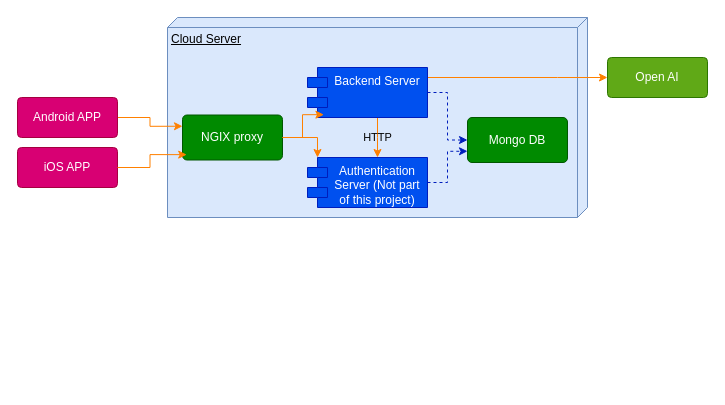
The draw.io diagram SystemDiagram.drawio in djochim/cs_se_project, before the edit. Source tidied: cells renumbered, new cells numbered last; positions are measured from the earlier drawing's top-left corner, leaving out a move shared by most shapes. Both pictures are drawn from the tidied source at 100%, with x=0, y=0 at pixel (17, 17).
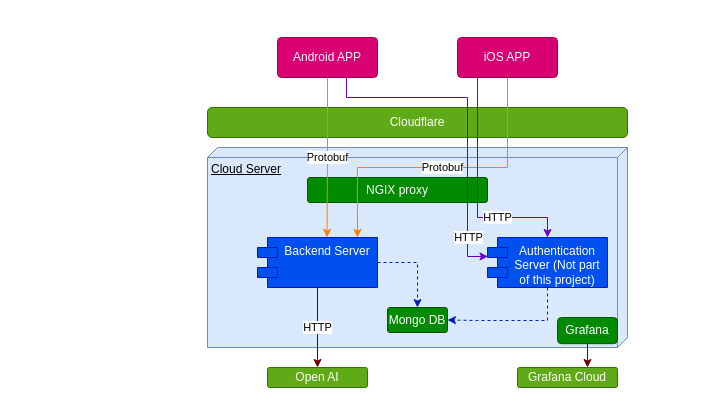
The same diagram, later.

Commit message (it also covers changes not shown here):
Update concept document

Diff of the diagram source:
```diff
@@
-    <mxCell id="2" value="Cloud Server" style="verticalAlign=top;align=left;spacingTop=8;spacingLeft=2;spacingRight=12;shape=cube;size=10;direction=south;fontStyle=4;html=1;whiteSpace=wrap;fillColor=#dae8fc;strokeColor=#6c8ebf;" parent="1" vertex="1">
-      <mxGeometry x="150" width="420" height="200" as="geometry" />
+    <mxCell id="2" value="Cloud Server" style="verticalAlign=top;align=left;spacingTop=8;spacingLeft=2;spacingRight=12;shape=cube;size=10;direction=south;fontStyle=4;html=1;whiteSpace=wrap;fillColor=#dae8fc;strokeColor=#6C8EBF;" parent="1" vertex="1">
+      <mxGeometry x="190" y="130" width="420" height="200" as="geometry" />
     </mxCell>
     <mxCell id="3" value="Mongo DB" style="rounded=1;arcSize=10;whiteSpace=wrap;html=1;align=center;fillColor=#008a00;fontColor=#ffffff;strokeColor=#005700;" parent="1" vertex="1">
-      <mxGeometry x="450" y="100" width="100" height="45" as="geometry" />
+      <mxGeometry x="370" y="290" width="60" height="25" as="geometry" />
     </mxCell>
-    <mxCell id="4" style="edgeStyle=orthogonalEdgeStyle;rounded=0;jettySize=auto;html=1;dashed=1;fillColor=#0050ef;strokeColor=#001DBC;" parent="1" edge="1" source="7" target="3">
+    <mxCell id="4" style="edgeStyle=orthogonalEdgeStyle;rounded=0;jettySize=auto;html=1;dashed=1;fillColor=#0050ef;strokeColor=#001DBC;entryX=0.5;entryY=0;entryDx=0;entryDy=0;" parent="1" edge="1" source="7" target="3">
       <mxGeometry relative="1" as="geometry" />
     </mxCell>
-    <mxCell id="5" value="HTTP" style="edgeStyle=orthogonalEdgeStyle;rounded=0;jettySize=auto;html=1;strokeColor=#FF8000;labelBackgroundColor=none;" parent="1" edge="1" source="7" target="9">
-      <mxGeometry relative="1" as="geometry">
-        <Array as="points">
-          <mxPoint x="360" y="120" />
-          <mxPoint x="360" y="120" />
-        </Array>
-      </mxGeometry>
-    </mxCell>
-    <mxCell id="6" style="edgeStyle=orthogonalEdgeStyle;rounded=0;jettySize=auto;html=1;strokeColor=#FF8000;" parent="1" edge="1" source="7" target="17">
-      <mxGeometry relative="1" as="geometry">
-        <Array as="points">
-          <mxPoint x="540" y="60" />
-          <mxPoint x="540" y="60" />
-        </Array>
-      </mxGeometry>
+    <mxCell id="6" value="&lt;span&gt;HTTP&lt;/span&gt;" style="edgeStyle=orthogonalEdgeStyle;rounded=0;jettySize=auto;html=1;fillColor=#a20025;strokeColor=#6F0000;" parent="1" edge="1" source="7" target="17">
+      <mxGeometry x="0.01" relative="1" as="geometry" />
     </mxCell>
     <mxCell id="7" value="Backend Server" style="shape=module;align=center;spacingLeft=20;align=center;verticalAlign=top;whiteSpace=wrap;html=1;strokeColor=#001DBC;fontFamily=Helvetica;fontSize=12;fontColor=#ffffff;fillColor=#0050ef;" parent="1" vertex="1">
-      <mxGeometry x="290" y="50" width="120" height="50" as="geometry" />
+      <mxGeometry x="240" y="220" width="120" height="50" as="geometry" />
     </mxCell>
-    <mxCell id="8" style="edgeStyle=orthogonalEdgeStyle;rounded=0;jettySize=auto;html=1;entryX=0;entryY=0.75;entryDx=0;entryDy=0;fillColor=#0050ef;strokeColor=#001DBC;dashed=1;" parent="1" edge="1" source="9" target="3">
-      <mxGeometry relative="1" as="geometry" />
+    <mxCell id="8" style="edgeStyle=orthogonalEdgeStyle;rounded=0;jettySize=auto;html=1;entryX=1;entryY=0.5;entryDx=0;entryDy=0;fillColor=#0050ef;strokeColor=#001DBC;dashed=1;" parent="1" edge="1" source="9" target="3">
+      <mxGeometry relative="1" as="geometry">
+        <Array as="points">
+          <mxPoint x="530" y="303" />
+          <mxPoint x="460" y="303" />
+        </Array>
+      </mxGeometry>
     </mxCell>
     <mxCell id="9" value="Authentication Server (Not part of this project)" style="shape=module;align=center;spacingLeft=20;align=center;verticalAlign=top;whiteSpace=wrap;html=1;fontFamily=Helvetica;fontSize=12;fillColor=#0050ef;fontColor=#ffffff;strokeColor=#001DBC;" parent="1" vertex="1">
-      <mxGeometry x="290" y="140" width="120" height="50" as="geometry" />
+      <mxGeometry x="470" y="220" width="120" height="50" as="geometry" />
     </mxCell>
-    <mxCell id="10" style="edgeStyle=orthogonalEdgeStyle;rounded=0;jettySize=auto;html=1;entryX=0;entryY=0.25;entryDx=0;entryDy=0;strokeColor=#FF8000;" parent="1" edge="1" source="11" target="13">
-      <mxGeometry relative="1" as="geometry" />
-    </mxCell>
     <mxCell id="11" value="Android APP" style="rounded=1;arcSize=10;whiteSpace=wrap;html=1;align=center;strokeColor=#A50040;verticalAlign=middle;fontFamily=Helvetica;fontSize=12;fontColor=#ffffff;fillColor=#d80073;" parent="1" vertex="1">
-      <mxGeometry y="80" width="100" height="40" as="geometry" />
+      <mxGeometry x="260" y="20" width="100" height="40" as="geometry" />
     </mxCell>
     <mxCell id="12" value="iOS APP" style="rounded=1;arcSize=10;whiteSpace=wrap;html=1;align=center;strokeColor=#A50040;verticalAlign=middle;fontFamily=Helvetica;fontSize=12;fontColor=#ffffff;fillColor=#d80073;" parent="1" vertex="1">
-      <mxGeometry y="130" width="100" height="40" as="geometry" />
+      <mxGeometry x="440" y="20" width="100" height="40" as="geometry" />
     </mxCell>
     <mxCell id="13" value="NGIX proxy" style="rounded=1;arcSize=10;whiteSpace=wrap;html=1;align=center;fillColor=#008a00;fontColor=#ffffff;strokeColor=#005700;" parent="1" vertex="1">
-      <mxGeometry x="165" y="97.5" width="100" height="45" as="geometry" />
+      <mxGeometry x="290" y="160" width="180" height="25" as="geometry" />
     </mxCell>
-    <mxCell id="14" style="edgeStyle=orthogonalEdgeStyle;rounded=0;jettySize=auto;html=1;entryX=0.137;entryY=0.943;entryDx=0;entryDy=0;entryPerimeter=0;fillColor=#f0a30a;strokeColor=#FF8000;" parent="1" edge="1" source="13" target="7">
-      <mxGeometry relative="1" as="geometry" />
-    </mxCell>
-    <mxCell id="15" style="edgeStyle=orthogonalEdgeStyle;rounded=0;jettySize=auto;html=1;entryX=0;entryY=0;entryDx=10;entryDy=0;entryPerimeter=0;fillColor=#f0a30a;strokeColor=#FF8000;" parent="1" edge="1" source="13" target="9">
-      <mxGeometry relative="1" as="geometry" />
-    </mxCell>
-    <mxCell id="16" style="edgeStyle=orthogonalEdgeStyle;rounded=0;jettySize=auto;html=1;entryX=0.042;entryY=0.881;entryDx=0;entryDy=0;entryPerimeter=0;strokeColor=#FF8000;" parent="1" edge="1" source="12" target="13">
-      <mxGeometry relative="1" as="geometry" />
-    </mxCell>
     <mxCell id="17" value="Open AI" style="rounded=1;arcSize=10;whiteSpace=wrap;html=1;align=center;strokeColor=#2D7600;verticalAlign=middle;fontFamily=Helvetica;fontSize=12;fontColor=#ffffff;fillColor=#60a917;" parent="1" vertex="1">
-      <mxGeometry x="590" y="40" width="100" height="40" as="geometry" />
+      <mxGeometry x="250" y="350" width="100" height="20" as="geometry" />
     </mxCell>
+    <mxCell id="18" value="Cloudflare" style="rounded=1;whiteSpace=wrap;html=1;fillColor=#60a917;fontColor=#ffffff;strokeColor=#2D7600;" parent="1" vertex="1">
+      <mxGeometry x="190" y="90" width="420" height="30" as="geometry" />
+    </mxCell>
+    <mxCell id="19" value="Protobuf" style="edgeStyle=orthogonalEdgeStyle;rounded=0;jettySize=auto;html=1;entryX=0.579;entryY=-0.002;entryDx=0;entryDy=0;entryPerimeter=0;fillColor=#fad7ac;strokeColor=#FF8000;" parent="1" edge="1" source="11" target="7">
+      <mxGeometry relative="1" as="geometry" />
+    </mxCell>
+    <mxCell id="20" value="Protobuf" style="edgeStyle=orthogonalEdgeStyle;rounded=0;jettySize=auto;html=1;entryX=0.45;entryY=0.643;entryDx=0;entryDy=0;entryPerimeter=0;strokeColor=#FF8000;" parent="1" edge="1" source="12" target="2">
+      <mxGeometry relative="1" as="geometry">
+        <Array as="points">
+          <mxPoint x="490" y="150" />
+          <mxPoint x="340" y="150" />
+        </Array>
+      </mxGeometry>
+    </mxCell>
+    <mxCell id="21" value="HTTP" style="edgeStyle=orthogonalEdgeStyle;rounded=0;jettySize=auto;html=1;strokeColor=#6600CC;" parent="1" edge="1" source="12" target="9">
+      <mxGeometry x="0.39" relative="1" as="geometry">
+        <Array as="points">
+          <mxPoint x="460" y="200" />
+          <mxPoint x="530" y="200" />
+        </Array>
+      </mxGeometry>
+    </mxCell>
+    <mxCell id="22" style="edgeStyle=orthogonalEdgeStyle;rounded=0;jettySize=auto;html=1;entryX=0.004;entryY=0.379;entryDx=0;entryDy=0;entryPerimeter=0;exitX=0.69;exitY=1.01;exitDx=0;exitDy=0;exitPerimeter=0;strokeColor=#6600CC;" parent="1" edge="1" source="11" target="9">
+      <mxGeometry relative="1" as="geometry">
+        <Array as="points">
+          <mxPoint x="329" y="80" />
+          <mxPoint x="450" y="80" />
+          <mxPoint x="450" y="239" />
+        </Array>
+      </mxGeometry>
+    </mxCell>
+    <mxCell id="23" value="HTTP" style="edgeLabel;html=1;align=center;verticalAlign=middle;" parent="22" vertex="1">
+      <mxGeometry x="0.02" y="-4" relative="1" as="geometry">
+        <mxPoint x="4" y="117" as="offset" />
+      </mxGeometry>
+    </mxCell>
+    <mxCell id="24" style="edgeStyle=orthogonalEdgeStyle;rounded=0;jettySize=auto;html=1;strokeColor=#6F0000;" parent="1" edge="1" source="25" target="26">
+      <mxGeometry relative="1" as="geometry">
+        <Array as="points">
+          <mxPoint x="570" y="350" />
+          <mxPoint x="570" y="350" />
+        </Array>
+      </mxGeometry>
+    </mxCell>
+    <mxCell id="25" value="Grafana" style="rounded=1;whiteSpace=wrap;html=1;fillColor=#008a00;fontColor=#ffffff;strokeColor=#005700;" parent="1" vertex="1">
+      <mxGeometry x="540" y="300" width="60" height="26.2" as="geometry" />
+    </mxCell>
+    <mxCell id="26" value="Grafana Cloud" style="rounded=1;arcSize=10;whiteSpace=wrap;html=1;align=center;strokeColor=#2D7600;verticalAlign=middle;fontFamily=Helvetica;fontSize=12;fontColor=#ffffff;fillColor=#60a917;" parent="1" vertex="1">
+      <mxGeometry x="500" y="350" width="100" height="20" as="geometry" />
+    </mxCell>
```
